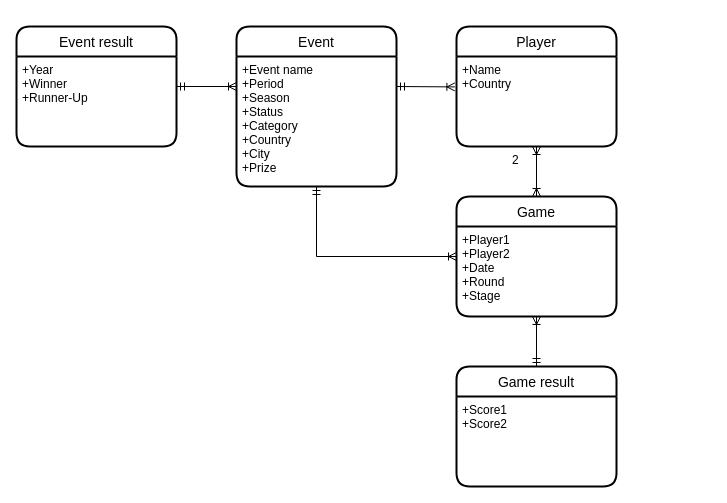
The draw.io diagram page "Page-1" (1 of 3) of rgrERD.drawio in Kochtyan/VisProgRGR, before the edit. Source tidied: cells renumbered, new cells numbered last; positions are measured from the earlier drawing's top-left corner, leaving out a move shared by most shapes. Both pictures are drawn from the tidied source at 100%, with x=0, y=0 at pixel (16, 26).
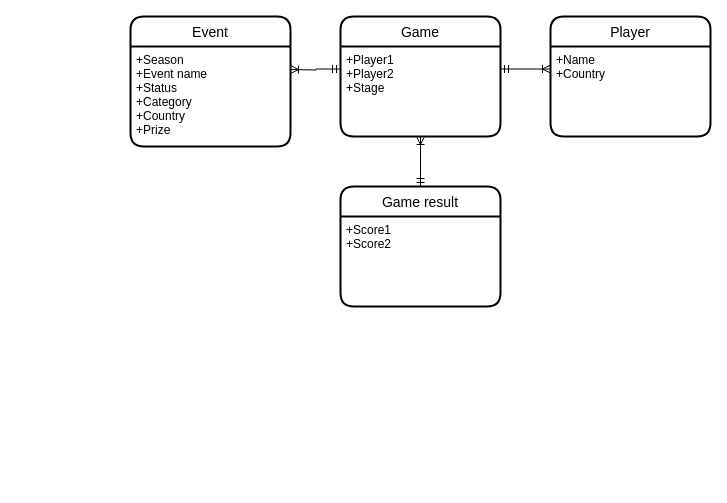
The same diagram, later.

Diff of the diagram source:
```diff
@@
     <mxCell id="2" value="Player" style="swimlane;horizontal=1;startSize=30;rounded=1;fontSize=14;fontStyle=0;strokeWidth=2;shadow=0;dashed=0;align=center;" parent="1" vertex="1">
-      <mxGeometry x="440" width="160" height="120" as="geometry" />
+      <mxGeometry x="534" y="-10" width="160" height="120" as="geometry" />
     </mxCell>
-    <mxCell id="3" value="+Name&#10;+Country&#10;&#10;" style="align=left;strokeColor=none;fillColor=none;spacingLeft=4;fontSize=12;verticalAlign=top;" parent="2" vertex="1">
+    <mxCell id="3" value="+Name&#10;+Country" style="align=left;strokeColor=none;fillColor=none;spacingLeft=4;fontSize=12;verticalAlign=top;" parent="2" vertex="1">
       <mxGeometry y="30" width="160" height="90" as="geometry" />
     </mxCell>
     <mxCell id="4" value="Game" style="swimlane;horizontal=1;startSize=30;rounded=1;fontSize=14;fontStyle=0;strokeWidth=2;shadow=0;dashed=0;align=center;" parent="1" vertex="1">
-      <mxGeometry x="440" y="170" width="160" height="120" as="geometry" />
+      <mxGeometry x="324" y="-10" width="160" height="120" as="geometry" />
     </mxCell>
-    <mxCell id="5" value="+Player1&#10;+Player2&#10;+Date&#10;+Round&#10;+Stage" style="align=left;strokeColor=none;fillColor=none;spacingLeft=4;fontSize=12;verticalAlign=top;" parent="4" vertex="1">
+    <mxCell id="5" value="+Player1&#10;+Player2&#10;+Stage" style="align=left;strokeColor=none;fillColor=none;spacingLeft=4;fontSize=12;verticalAlign=top;" parent="4" vertex="1">
       <mxGeometry y="30" width="160" height="90" as="geometry" />
     </mxCell>
     <mxCell id="6" value="Game result" style="swimlane;horizontal=1;startSize=30;rounded=1;fontSize=14;fontStyle=0;strokeWidth=2;shadow=0;dashed=0;align=center;" parent="1" vertex="1">
-      <mxGeometry x="440" y="340" width="160" height="120" as="geometry" />
+      <mxGeometry x="324" y="160" width="160" height="120" as="geometry" />
     </mxCell>
@@
     <mxCell id="8" value="Event" style="swimlane;horizontal=1;startSize=30;rounded=1;fontSize=14;fontStyle=0;strokeWidth=2;shadow=0;dashed=0;align=center;" parent="1" vertex="1">
-      <mxGeometry x="220" width="160" height="160" as="geometry" />
+      <mxGeometry x="114" y="-10" width="160" height="130" as="geometry" />
     </mxCell>
-    <mxCell id="9" value="+Event name&#10;+Period&#10;+Season&#10;+Status&#10;+Category&#10;+Country&#10;+City&#10;+Prize" style="align=left;strokeColor=none;fillColor=none;spacingLeft=4;fontSize=12;verticalAlign=top;" parent="8" vertex="1">
-      <mxGeometry y="30" width="160" height="130" as="geometry" />
+    <mxCell id="9" value="+Season&#10;+Event name&#10;+Status&#10;+Category&#10;+Country&#10;+Prize" style="align=left;strokeColor=none;fillColor=none;spacingLeft=4;fontSize=12;verticalAlign=top;" parent="8" vertex="1">
+      <mxGeometry y="30" width="160" height="100" as="geometry" />
     </mxCell>
-    <mxCell id="10" value="Event result" style="swimlane;horizontal=1;startSize=30;rounded=1;fontSize=14;fontStyle=0;strokeWidth=2;shadow=0;dashed=0;align=center;" parent="1" vertex="1">
-      <mxGeometry width="160" height="120" as="geometry" />
-    </mxCell>
-    <mxCell id="11" value="+Year&#10;+Winner&#10;+Runner-Up" style="align=left;strokeColor=none;fillColor=none;spacingLeft=4;fontSize=12;verticalAlign=top;" parent="10" vertex="1">
-      <mxGeometry y="30" width="160" height="90" as="geometry" />
-    </mxCell>
@@
-    <mxCell id="14" style="fontSize=12;html=1;endArrow=ERoneToMany;startArrow=ERoneToMany;rounded=0;strokeColor=default;entryX=0.5;entryY=1;entryDx=0;entryDy=0;exitX=0.5;exitY=0;exitDx=0;exitDy=0;" parent="1" edge="1" source="4" target="3">
-      <mxGeometry relative="1" as="geometry" />
-    </mxCell>
-    <mxCell id="15" style="fontSize=12;html=1;endArrow=ERoneToMany;startArrow=ERmandOne;rounded=0;strokeColor=default;entryX=-0.01;entryY=0.338;entryDx=0;entryDy=0;entryPerimeter=0;" parent="1" edge="1" target="3">
-      <mxGeometry relative="1" as="geometry">
-        <mxPoint x="380" y="60" as="sourcePoint" />
-      </mxGeometry>
-    </mxCell>
-    <mxCell id="16" style="fontSize=12;html=1;endArrow=ERoneToMany;startArrow=ERmandOne;rounded=0;strokeColor=default;" parent="1" edge="1">
-      <mxGeometry relative="1" as="geometry">
-        <mxPoint x="160" y="60" as="sourcePoint" />
-        <mxPoint x="220" y="60" as="targetPoint" />
-      </mxGeometry>
-    </mxCell>
-    <mxCell id="17" value="2" style="text;strokeColor=none;fillColor=none;spacingLeft=4;spacingRight=4;overflow=hidden;fontSize=12;" parent="1" vertex="1">
-      <mxGeometry x="490" y="120" width="40" height="30" as="geometry" />
-    </mxCell>
-    <mxCell id="18" style="fontSize=12;html=1;endArrow=ERoneToMany;startArrow=ERmandOne;rounded=0;strokeColor=default;exitX=0.5;exitY=1;exitDx=0;exitDy=0;edgeStyle=orthogonalEdgeStyle;entryX=0;entryY=0.5;entryDx=0;entryDy=0;" parent="1" edge="1" source="9" target="4">
-      <mxGeometry relative="1" as="geometry" />
-    </mxCell>
+    <mxCell id="19" style="edgeStyle=orthogonalEdgeStyle;fontSize=12;html=1;endArrow=ERoneToMany;startArrow=ERmandOne;rounded=0;exitX=0;exitY=0.25;exitDx=0;exitDy=0;" parent="1" edge="1" source="5">
+      <mxGeometry relative="1" as="geometry">
+        <mxPoint x="274" y="43" as="targetPoint" />
+      </mxGeometry>
+    </mxCell>
+    <mxCell id="20" style="edgeStyle=orthogonalEdgeStyle;fontSize=12;html=1;endArrow=ERoneToMany;startArrow=ERmandOne;rounded=0;entryX=0;entryY=0.25;entryDx=0;entryDy=0;exitX=1;exitY=0.25;exitDx=0;exitDy=0;" parent="1" edge="1" source="5" target="3">
+      <mxGeometry relative="1" as="geometry" />
+    </mxCell>
```
